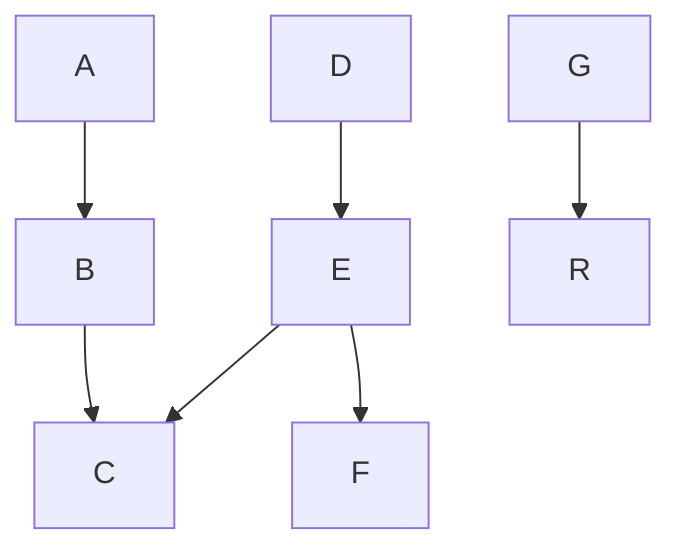
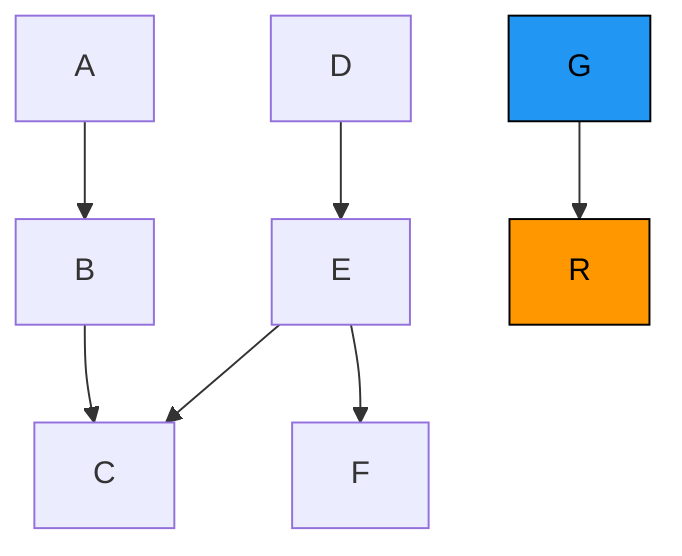
graph TB
    node_1[C]
    node_2[A]
    node_3[D]
    node_4[E]
-     node_6[B]
-     node_7[F]
-     node_1778319364182[G]
-     node_1778319442618[R]
-     node_2--> node_6
-     node_6--> node_1
+     node_5[B]
+     node_6[F]
+     node_7[G]
+     node_8[R]
+     node_2--> node_5
+     node_5--> node_1
    node_3--> node_4
    node_4--> node_1
-     node_4--> node_7
-     node_1778319364182--> node_1778319442618+     node_4--> node_6
+     node_7--> node_8
+     style node_7 fill:#2196F3,stroke:#000000,color:#000000
+     style node_8 fill:#FF9800,stroke:#000000,color:#000000